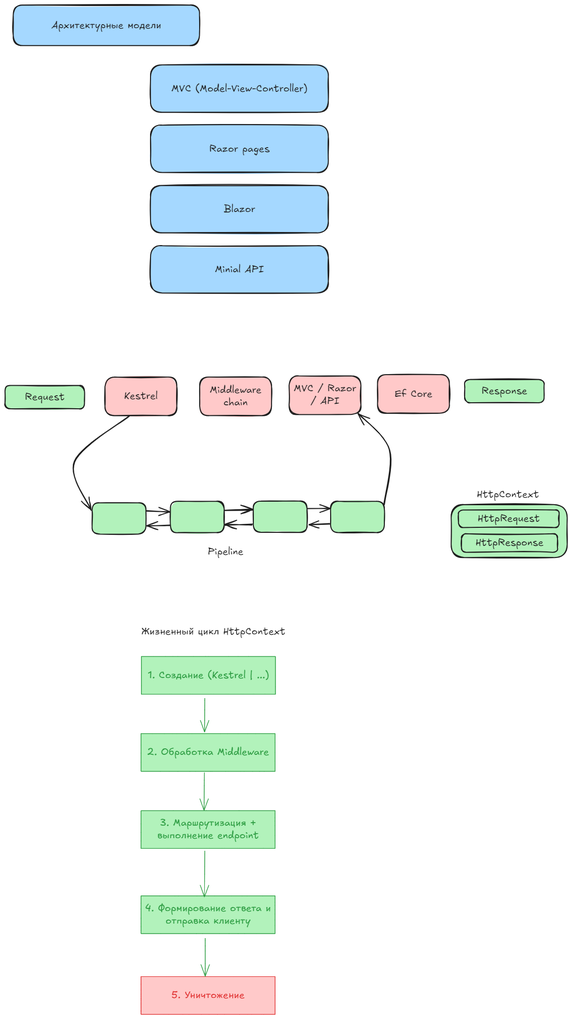
Earlier version of the Excalidraw export img/2_asp_intro.excalidraw.png (silvercodes/p23_p31_aspnetcore). Source tidied: one line per element, renumbered; positions are measured from the earlier drawing's top-left corner, leaving out a move shared by most shapes.
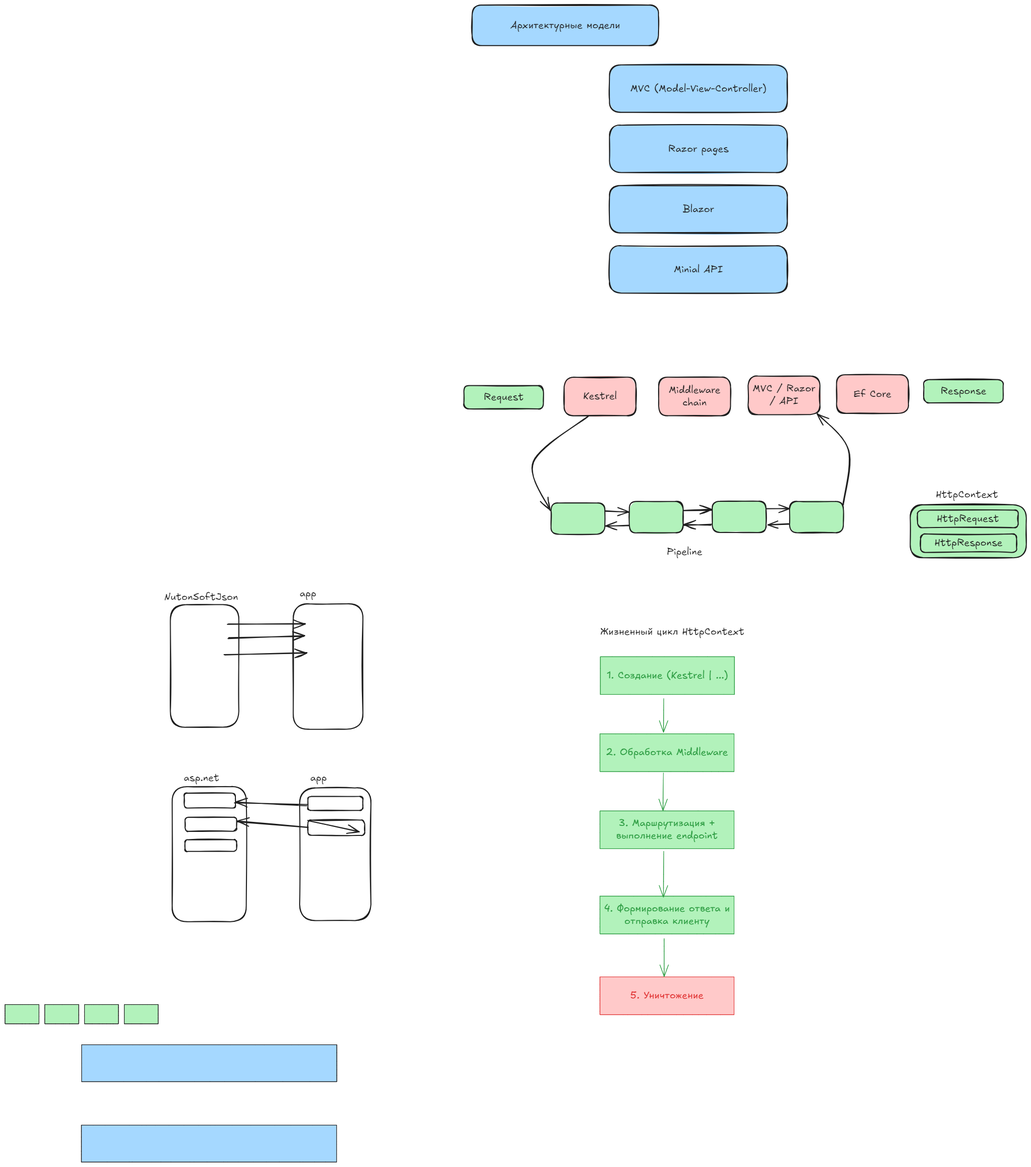
Later version of the same file.

Diff of the diagram source:
```diff
@@ -10,8 +10,8 @@
 {"id": 9, "type": "text", "text": "Minial API", "strokeColor": "#1e1e1e", "backgroundColor": "#a5d8ff", "fillStyle": "solid", "strokeWidth": 2, "roughness": 1, "fontSize": 20, "fontFamily": 5, "textAlign": "center", "verticalAlign": "middle", "inside": 8, "x": 418, "y": 514, "width": 98, "height": 25}
 {"id": 10, "type": "rectangle", "strokeColor": "#1e1e1e", "backgroundColor": "#b2f2bb", "fillStyle": "solid", "strokeWidth": 2, "roughness": 1, "round": true, "x": 0, "y": 758, "width": 158, "height": 46}
 {"id": 11, "type": "text", "text": "Request", "strokeColor": "#1e1e1e", "backgroundColor": "#b2f2bb", "fillStyle": "solid", "strokeWidth": 2, "roughness": 1, "fontSize": 20, "fontFamily": 5, "textAlign": "center", "verticalAlign": "middle", "inside": 10, "x": 39, "y": 768, "width": 80, "height": 25}
-{"id": 12, "type": "rectangle", "strokeColor": "#1e1e1e", "backgroundColor": "#ffc9c9", "fillStyle": "solid", "strokeWidth": 2, "roughness": 1, "round": true, "x": 199, "y": 741, "width": 143, "height": 77}
+{"id": 12, "type": "rectangle", "strokeColor": "#1e1e1e", "backgroundColor": "#ffc9c9", "fillStyle": "solid", "strokeWidth": 2, "roughness": 1, "round": true, "x": 200, "y": 741, "width": 143, "height": 77}
-{"id": 13, "type": "text", "text": "Kestrel", "strokeColor": "#1e1e1e", "backgroundColor": "#ffc9c9", "fillStyle": "solid", "strokeWidth": 2, "roughness": 1, "fontSize": 20, "fontFamily": 5, "textAlign": "center", "verticalAlign": "middle", "inside": 12, "x": 237, "y": 767, "width": 67, "height": 25}
+{"id": 13, "type": "text", "text": "Kestrel", "strokeColor": "#1e1e1e", "backgroundColor": "#ffc9c9", "fillStyle": "solid", "strokeWidth": 2, "roughness": 1, "fontSize": 20, "fontFamily": 5, "textAlign": "center", "verticalAlign": "middle", "inside": 12, "x": 238, "y": 767, "width": 67, "height": 25}
 {"id": 14, "type": "rectangle", "strokeColor": "#1e1e1e", "backgroundColor": "#ffc9c9", "fillStyle": "solid", "strokeWidth": 2, "roughness": 1, "round": true, "x": 388, "y": 741, "width": 143, "height": 77}
 {"id": 15, "type": "text", "text": "Middleware\nchain", "strokeColor": "#1e1e1e", "backgroundColor": "#ffc9c9", "fillStyle": "solid", "strokeWidth": 2, "roughness": 1, "fontSize": 20, "fontFamily": 5, "textAlign": "center", "verticalAlign": "middle", "inside": 14, "x": 408, "y": 754, "width": 103, "height": 50}
 {"id": 16, "type": "rectangle", "strokeColor": "#1e1e1e", "backgroundColor": "#ffc9c9", "fillStyle": "solid", "strokeWidth": 2, "roughness": 1, "round": true, "x": 566, "y": 738, "width": 143, "height": 77}
@@ -24,7 +24,7 @@
 {"id": 23, "type": "rectangle", "strokeColor": "#1e1e1e", "backgroundColor": "#b2f2bb", "fillStyle": "solid", "strokeWidth": 2, "roughness": 1, "round": true, "x": 330, "y": 988, "width": 107, "height": 62}
 {"id": 24, "type": "rectangle", "strokeColor": "#1e1e1e", "backgroundColor": "#b2f2bb", "fillStyle": "solid", "strokeWidth": 2, "roughness": 1, "round": true, "x": 495, "y": 988, "width": 107, "height": 62}
 {"id": 25, "type": "rectangle", "strokeColor": "#1e1e1e", "backgroundColor": "#b2f2bb", "fillStyle": "solid", "strokeWidth": 2, "roughness": 1, "round": true, "x": 649, "y": 988, "width": 107, "height": 62}
-{"id": 26, "type": "arrow", "strokeColor": "#1e1e1e", "backgroundColor": "#ffc9c9", "fillStyle": "solid", "strokeWidth": 2, "roughness": 1, "endArrowhead": "arrow", "round": true, "from": 12, "to": 22, "x": 248, "y": 818, "width": 110, "height": 187, "points": [[0, 0], [-110, 91], [-77, 187]]}
+{"id": 26, "type": "arrow", "strokeColor": "#1e1e1e", "backgroundColor": "#ffc9c9", "fillStyle": "solid", "strokeWidth": 2, "roughness": 1, "endArrowhead": "arrow", "round": true, "from": 12, "to": 22, "x": 249, "y": 818, "width": 110, "height": 187, "points": [[0, 0], [-110, 91], [-77, 187]]}
 {"id": 27, "type": "arrow", "strokeColor": "#1e1e1e", "backgroundColor": "#ffc9c9", "fillStyle": "solid", "strokeWidth": 2, "roughness": 1, "endArrowhead": "arrow", "round": true, "from": 25, "to": 16, "x": 756, "y": 996, "width": 64, "height": 182, "points": [[0, 0], [12, -109], [-52, -182]]}
 {"id": 28, "type": "arrow", "strokeColor": "#1e1e1e", "backgroundColor": "#b2f2bb", "fillStyle": "solid", "strokeWidth": 2, "roughness": 1, "endArrowhead": "arrow", "round": true, "from": 23, "to": 24, "x": 438, "y": 1006, "width": 56, "height": 1, "points": [[0, 0], [56, -1]]}
 {"id": 29, "type": "arrow", "strokeColor": "#1e1e1e", "backgroundColor": "#b2f2bb", "fillStyle": "solid", "strokeWidth": 2, "roughness": 1, "endArrowhead": "arrow", "round": true, "from": 24, "to": 25, "x": 603, "y": 1003, "width": 45, "height": 1, "points": [[0, 0], [45, -1]]}
@@ -54,3 +54,27 @@
 {"id": 53, "type": "rectangle", "strokeColor": "#e03131", "backgroundColor": "#ffc9c9", "fillStyle": "solid", "strokeWidth": 1, "roughness": 0, "x": 271, "y": 1935, "width": 267, "height": 75}
 {"id": 54, "type": "text", "text": "5. Уничтожение", "strokeColor": "#e03131", "backgroundColor": "#b2f2bb", "fillStyle": "solid", "strokeWidth": 1, "roughness": 0, "fontSize": 20, "fontFamily": 5, "textAlign": "center", "verticalAlign": "middle", "inside": 53, "x": 332, "y": 1960, "width": 145, "height": 25}
 {"id": 55, "type": "arrow", "strokeColor": "#2f9e44", "backgroundColor": "#b2f2bb", "fillStyle": "solid", "strokeWidth": 1, "roughness": 0, "endArrowhead": "arrow", "round": true, "from": 50, "to": 53, "x": 399, "y": 1858, "width": 0, "height": 76, "points": [[0, 0], [0, 76]]}
+{"id": 56, "type": "rectangle", "strokeColor": "#1e1e1e", "strokeWidth": 2, "roughness": 1, "round": true, "x": -340, "y": 1192, "width": 139, "height": 250}
+{"id": 57, "type": "text", "text": "app", "strokeColor": "#1e1e1e", "strokeWidth": 2, "roughness": 1, "fontSize": 20, "fontFamily": 5, "x": -327, "y": 1159, "width": 33, "height": 25}
+{"id": 58, "type": "rectangle", "strokeColor": "#1e1e1e", "strokeWidth": 2, "roughness": 1, "round": true, "x": -585, "y": 1194, "width": 136, "height": 244}
+{"id": 59, "type": "text", "text": "NutonSoftJson", "strokeColor": "#1e1e1e", "strokeWidth": 2, "roughness": 1, "fontSize": 20, "fontFamily": 5, "x": -597, "y": 1166, "width": 147, "height": 25}
+{"id": 60, "type": "arrow", "strokeColor": "#1e1e1e", "strokeWidth": 2, "roughness": 1, "endArrowhead": "arrow", "round": true, "from": 58, "to": 56, "x": -471, "y": 1232, "width": 154, "height": 0, "points": [[0, 0], [154, 0]]}
+{"id": 61, "type": "arrow", "strokeColor": "#1e1e1e", "strokeWidth": 2, "roughness": 1, "endArrowhead": "arrow", "round": true, "from": 58, "to": 56, "x": -468, "y": 1260, "width": 150, "height": 4, "points": [[0, 0], [150, -4]]}
+{"id": 62, "type": "arrow", "strokeColor": "#1e1e1e", "strokeWidth": 2, "roughness": 1, "endArrowhead": "arrow", "round": true, "from": 58, "to": 56, "x": -477, "y": 1293, "width": 164, "height": 3, "points": [[0, 0], [164, -3]]}
+{"id": 63, "type": "rectangle", "strokeColor": "#1e1e1e", "strokeWidth": 2, "roughness": 1, "round": true, "x": -327, "y": 1558, "width": 142, "height": 264}
+{"id": 64, "type": "text", "text": "app", "strokeColor": "#1e1e1e", "strokeWidth": 2, "roughness": 1, "fontSize": 20, "fontFamily": 5, "x": -306, "y": 1526, "width": 33, "height": 25}
+{"id": 65, "type": "rectangle", "strokeColor": "#1e1e1e", "strokeWidth": 2, "roughness": 1, "round": true, "x": -581, "y": 1556, "width": 148, "height": 269}
+{"id": 66, "type": "text", "text": "asp.net", "strokeColor": "#1e1e1e", "strokeWidth": 2, "roughness": 1, "fontSize": 20, "fontFamily": 5, "x": -558, "y": 1526, "width": 71, "height": 25}
+{"id": 67, "type": "rectangle", "strokeColor": "#1e1e1e", "strokeWidth": 2, "roughness": 1, "round": true, "x": -557, "y": 1569, "width": 102, "height": 30}
+{"id": 68, "type": "rectangle", "strokeColor": "#1e1e1e", "strokeWidth": 2, "roughness": 1, "round": true, "x": -556, "y": 1617, "width": 103, "height": 28}
+{"id": 69, "type": "rectangle", "strokeColor": "#1e1e1e", "strokeWidth": 2, "roughness": 1, "round": true, "x": -556, "y": 1662, "width": 103, "height": 23}
+{"id": 70, "type": "rectangle", "strokeColor": "#1e1e1e", "strokeWidth": 2, "roughness": 1, "round": true, "x": -311, "y": 1575, "width": 110, "height": 28}
+{"id": 71, "type": "rectangle", "strokeColor": "#1e1e1e", "strokeWidth": 2, "roughness": 1, "round": true, "x": -311, "y": 1622, "width": 113, "height": 30}
+{"id": 72, "type": "arrow", "strokeColor": "#1e1e1e", "strokeWidth": 2, "roughness": 1, "endArrowhead": "arrow", "round": true, "from": 70, "to": 67, "x": -312, "y": 1592, "width": 144, "height": 5, "points": [[0, 0], [-144, -5]]}
+{"id": 73, "type": "arrow", "strokeColor": "#1e1e1e", "strokeWidth": 2, "roughness": 1, "endArrowhead": "arrow", "round": true, "from": 71, "to": 68, "x": -312, "y": 1636, "width": 140, "height": 11, "points": [[0, 0], [-140, -11]]}
+{"id": 74, "type": "rectangle", "strokeColor": "#1e1e1e", "backgroundColor": "#a5d8ff", "fillStyle": "solid", "strokeWidth": 1, "roughness": 0, "x": -762, "y": 2070, "width": 508, "height": 74}
+{"id": 75, "type": "rectangle", "strokeColor": "#1e1e1e", "backgroundColor": "#a5d8ff", "fillStyle": "solid", "strokeWidth": 1, "roughness": 0, "x": -762, "y": 2230, "width": 508, "height": 74}
+{"id": 76, "type": "rectangle", "strokeColor": "#1e1e1e", "backgroundColor": "#b2f2bb", "fillStyle": "solid", "strokeWidth": 1, "roughness": 0, "x": -914, "y": 1990, "width": 68, "height": 38}
+{"id": 77, "type": "rectangle", "strokeColor": "#1e1e1e", "backgroundColor": "#b2f2bb", "fillStyle": "solid", "strokeWidth": 1, "roughness": 0, "x": -835, "y": 1990, "width": 68, "height": 38}
+{"id": 78, "type": "rectangle", "strokeColor": "#1e1e1e", "backgroundColor": "#b2f2bb", "fillStyle": "solid", "strokeWidth": 1, "roughness": 0, "x": -756, "y": 1990, "width": 68, "height": 38}
+{"id": 79, "type": "rectangle", "strokeColor": "#1e1e1e", "backgroundColor": "#b2f2bb", "fillStyle": "solid", "strokeWidth": 1, "roughness": 0, "x": -677, "y": 1990, "width": 68, "height": 38}
```
